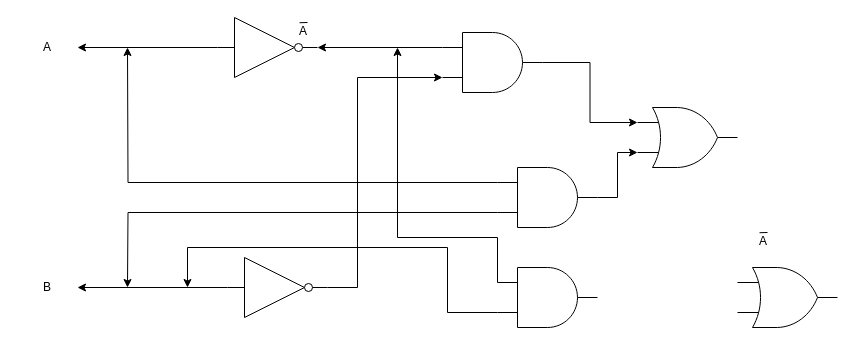
311i0tt07/Final-Project keeps this draw.io diagram as M02b.drawio. Above is the earlier version. Source tidied: cells renumbered, new cells numbered last; positions are measured from the earlier drawing's top-left corner, leaving out a move shared by most shapes. Both pictures are drawn from the tidied source at 100%, with x=0, y=0 at pixel (17, 17). Pictures stored in the file or linked from it are replaced by grey dashed boxes.
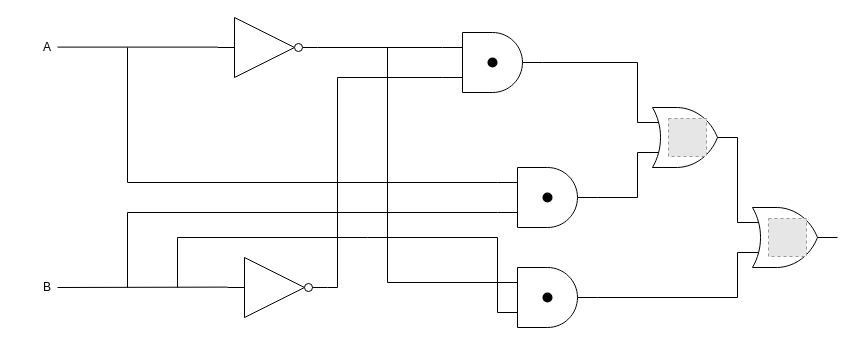
After the change.

Unchanged cells that the change refers to:
```xml
<mxCell id="5" style="verticalLabelPosition=bottom;shadow=0;dashed=0;align=center;html=1;verticalAlign=top;shape=mxgraph.electrical.logic_gates.logic_gate;operation=and;" parent="1" vertex="1">
  <mxGeometry x="480" y="250" width="100" height="60" as="geometry" />
</mxCell>
<mxCell id="7" style="verticalLabelPosition=bottom;shadow=0;dashed=0;align=center;html=1;verticalAlign=top;shape=mxgraph.electrical.logic_gates.logic_gate;operation=and;" parent="1" vertex="1">
  <mxGeometry x="425" y="15" width="100" height="60" as="geometry" />
</mxCell>
<mxCell id="9" style="verticalLabelPosition=bottom;shadow=0;dashed=0;align=center;html=1;verticalAlign=top;shape=mxgraph.electrical.logic_gates.inverter_2;" parent="1" vertex="1">
  <mxGeometry x="200" width="100" height="60" as="geometry" />
</mxCell>
<mxCell id="12" style="verticalLabelPosition=bottom;shadow=0;dashed=0;align=center;html=1;verticalAlign=top;shape=mxgraph.electrical.logic_gates.inverter_2;" parent="1" vertex="1">
  <mxGeometry x="210" y="240" width="100" height="60" as="geometry" />
</mxCell>
<mxCell id="15" style="verticalLabelPosition=bottom;shadow=0;dashed=0;align=center;html=1;verticalAlign=top;shape=mxgraph.electrical.logic_gates.logic_gate;operation=and;" parent="1" vertex="1">
  <mxGeometry x="480" y="150" width="100" height="60" as="geometry" />
</mxCell>
<mxCell id="23" style="verticalLabelPosition=bottom;shadow=0;dashed=0;align=center;html=1;verticalAlign=top;shape=mxgraph.electrical.logic_gates.logic_gate;operation=or;" parent="1" vertex="1">
  <mxGeometry x="620" y="90" width="100" height="60" as="geometry" />
</mxCell>
```

What changed in the source:
```diff
@@
     <mxCell id="2" style="verticalLabelPosition=bottom;shadow=0;dashed=0;align=center;html=1;verticalAlign=top;shape=mxgraph.electrical.logic_gates.logic_gate;operation=or;" parent="1" vertex="1">
-      <mxGeometry x="720" y="250" width="100" height="60" as="geometry" />
+      <mxGeometry x="720" y="190" width="100" height="60" as="geometry" />
     </mxCell>
-    <mxCell id="3" style="edgeStyle=orthogonalEdgeStyle;rounded=0;jettySize=auto;html=1;exitX=0;exitY=0.75;exitDx=0;exitDy=0;exitPerimeter=0;" parent="1" edge="1" source="5">
-      <mxGeometry relative="1" as="geometry">
-        <mxPoint x="170" y="270" as="targetPoint" />
-        <Array as="points">
-          <mxPoint x="430" y="295" />
-          <mxPoint x="430" y="230" />
-          <mxPoint x="170" y="230" />
-        </Array>
-      </mxGeometry>
-    </mxCell>
-    <mxCell id="4" style="edgeStyle=orthogonalEdgeStyle;rounded=0;jettySize=auto;html=1;exitX=0;exitY=0.25;exitDx=0;exitDy=0;exitPerimeter=0;" parent="1" edge="1" source="5">
-      <mxGeometry relative="1" as="geometry">
-        <mxPoint x="380" y="30" as="targetPoint" />
-        <Array as="points">
-          <mxPoint x="480" y="220" />
-          <mxPoint x="380" y="220" />
-          <mxPoint x="380" y="30" />
-        </Array>
-      </mxGeometry>
-    </mxCell>
@@
-    <mxCell id="6" style="edgeStyle=orthogonalEdgeStyle;rounded=0;jettySize=auto;html=1;exitX=0;exitY=0.25;exitDx=0;exitDy=0;exitPerimeter=0;" parent="1" edge="1" source="7" target="9">
-      <mxGeometry relative="1" as="geometry" />
-    </mxCell>
@@
-    <mxCell id="8" style="edgeStyle=orthogonalEdgeStyle;rounded=0;jettySize=auto;html=1;exitX=0;exitY=0.5;exitDx=0;exitDy=0;exitPerimeter=0;" parent="1" edge="1" source="9">
-      <mxGeometry relative="1" as="geometry">
-        <mxPoint x="60" y="30" as="targetPoint" />
-      </mxGeometry>
-    </mxCell>
@@
-    <mxCell id="10" style="edgeStyle=orthogonalEdgeStyle;rounded=0;jettySize=auto;html=1;exitX=0;exitY=0.5;exitDx=0;exitDy=0;exitPerimeter=0;" parent="1" edge="1" source="12">
-      <mxGeometry relative="1" as="geometry">
-        <mxPoint x="60" y="270" as="targetPoint" />
-      </mxGeometry>
-    </mxCell>
-    <mxCell id="11" style="edgeStyle=orthogonalEdgeStyle;rounded=0;jettySize=auto;html=1;exitX=1;exitY=0.5;exitDx=0;exitDy=0;exitPerimeter=0;entryX=0;entryY=0.75;entryDx=0;entryDy=0;entryPerimeter=0;" parent="1" edge="1" source="12" target="7">
-      <mxGeometry relative="1" as="geometry">
-        <Array as="points">
-          <mxPoint x="340" y="270" />
-          <mxPoint x="340" y="60" />
-        </Array>
-      </mxGeometry>
-    </mxCell>
@@
-    <mxCell id="13" style="edgeStyle=orthogonalEdgeStyle;rounded=0;jettySize=auto;html=1;exitX=0;exitY=0.75;exitDx=0;exitDy=0;exitPerimeter=0;" parent="1" edge="1" source="15">
-      <mxGeometry relative="1" as="geometry">
-        <mxPoint x="110" y="270" as="targetPoint" />
-      </mxGeometry>
-    </mxCell>
-    <mxCell id="14" style="rounded=0;jettySize=auto;html=1;exitX=0;exitY=0.25;exitDx=0;exitDy=0;exitPerimeter=0;edgeStyle=orthogonalEdgeStyle;" parent="1" edge="1" source="15">
-      <mxGeometry relative="1" as="geometry">
-        <mxPoint x="110" y="30" as="targetPoint" />
-      </mxGeometry>
-    </mxCell>
@@
-    <mxCell id="18" value="A" style="text;whiteSpace=wrap;html=1;" parent="1" vertex="1">
-      <mxGeometry x="280" width="40" height="20" as="geometry" />
-    </mxCell>
-    <mxCell id="19" style="endArrow=none;html=1;rounded=0;exitX=0.051;exitY=0.261;exitDx=0;exitDy=0;exitPerimeter=0;" parent="1" edge="1" source="18">
-      <mxGeometry relative="1" as="geometry">
-        <mxPoint x="290" y="5" as="targetPoint" />
-      </mxGeometry>
-    </mxCell>
-    <mxCell id="20" value="A" style="text;whiteSpace=wrap;html=1;" parent="1" vertex="1">
-      <mxGeometry x="740" y="210" width="40" height="20" as="geometry" />
-    </mxCell>
-    <mxCell id="21" style="endArrow=none;html=1;rounded=0;exitX=0.051;exitY=0.261;exitDx=0;exitDy=0;exitPerimeter=0;" parent="1" edge="1" source="20">
-      <mxGeometry relative="1" as="geometry">
-        <mxPoint x="750" y="215" as="targetPoint" />
-      </mxGeometry>
-    </mxCell>
@@
+    <mxCell id="26" style="endArrow=none;html=1;rounded=0;exitX=0;exitY=0.25;exitDx=0;exitDy=0;exitPerimeter=0;" parent="1" edge="1" source="15">
+      <mxGeometry relative="1" as="geometry">
+        <mxPoint x="110" y="30" as="targetPoint" />
+        <Array as="points">
+          <mxPoint x="110" y="165" />
+        </Array>
+      </mxGeometry>
+    </mxCell>
+    <mxCell id="27" style="endArrow=none;html=1;rounded=0;entryX=0;entryY=0.75;entryDx=0;entryDy=0;entryPerimeter=0;" parent="1" edge="1" target="15">
+      <mxGeometry relative="1" as="geometry">
+        <mxPoint x="110" y="270" as="sourcePoint" />
+        <Array as="points">
+          <mxPoint x="110" y="195" />
+        </Array>
+      </mxGeometry>
+    </mxCell>
+    <mxCell id="28" style="endArrow=none;html=1;rounded=0;" parent="1" edge="1">
+      <mxGeometry relative="1" as="geometry">
+        <mxPoint x="40" y="29.6" as="sourcePoint" />
+        <mxPoint x="200" y="29.6" as="targetPoint" />
+      </mxGeometry>
+    </mxCell>
+    <mxCell id="29" style="endArrow=none;html=1;rounded=0;" parent="1" edge="1">
+      <mxGeometry relative="1" as="geometry">
+        <mxPoint x="40" y="270" as="sourcePoint" />
+        <mxPoint x="210" y="269.6" as="targetPoint" />
+      </mxGeometry>
+    </mxCell>
+    <mxCell id="30" style="endArrow=none;html=1;rounded=0;entryX=0;entryY=0.75;entryDx=0;entryDy=0;entryPerimeter=0;" parent="1" edge="1" target="2">
+      <mxGeometry relative="1" as="geometry">
+        <mxPoint x="580" y="280" as="sourcePoint" />
+        <Array as="points">
+          <mxPoint x="720" y="280" />
+        </Array>
+      </mxGeometry>
+    </mxCell>
+    <mxCell id="31" style="endArrow=none;html=1;rounded=0;entryX=0;entryY=0.25;entryDx=0;entryDy=0;entryPerimeter=0;exitX=1;exitY=0.5;exitDx=0;exitDy=0;exitPerimeter=0;" parent="1" edge="1" source="23" target="2">
+      <mxGeometry relative="1" as="geometry" />
+    </mxCell>
+    <mxCell id="32" style="endArrow=none;html=1;rounded=0;entryX=0;entryY=0.25;entryDx=0;entryDy=0;entryPerimeter=0;" parent="1" edge="1" target="23">
+      <mxGeometry relative="1" as="geometry">
+        <mxPoint x="525" y="45" as="sourcePoint" />
+        <Array as="points">
+          <mxPoint x="620" y="45" />
+        </Array>
+      </mxGeometry>
+    </mxCell>
-    <mxCell id="24" style="edgeStyle=orthogonalEdgeStyle;rounded=0;jettySize=auto;html=1;exitX=1;exitY=0.5;exitDx=0;exitDy=0;exitPerimeter=0;entryX=0;entryY=0.75;entryDx=0;entryDy=0;entryPerimeter=0;" parent="1" edge="1" source="15" target="23">
-      <mxGeometry relative="1" as="geometry" />
+    <mxCell id="24" style="endArrow=none;html=1;rounded=0;entryX=0;entryY=0.75;entryDx=0;entryDy=0;entryPerimeter=0;exitX=1;exitY=0.5;exitDx=0;exitDy=0;exitPerimeter=0;" parent="1" edge="1" source="15" target="23">
+      <mxGeometry relative="1" as="geometry">
+        <Array as="points">
+          <mxPoint x="620" y="180" />
+        </Array>
+      </mxGeometry>
     </mxCell>
-    <mxCell id="25" style="edgeStyle=orthogonalEdgeStyle;rounded=0;jettySize=auto;html=1;exitX=1;exitY=0.5;exitDx=0;exitDy=0;exitPerimeter=0;entryX=0;entryY=0.25;entryDx=0;entryDy=0;entryPerimeter=0;" parent="1" edge="1" source="7" target="23">
-      <mxGeometry relative="1" as="geometry" />
-    </mxCell>
+    <mxCell id="33" style="endArrow=none;html=1;rounded=0;entryX=0;entryY=0.25;entryDx=0;entryDy=0;entryPerimeter=0;exitX=1;exitY=0.5;exitDx=0;exitDy=0;exitPerimeter=0;" parent="1" edge="1" source="9" target="7">
+      <mxGeometry relative="1" as="geometry" />
+    </mxCell>
+    <mxCell id="34" style="endArrow=none;html=1;rounded=0;entryX=0;entryY=0.25;entryDx=0;entryDy=0;entryPerimeter=0;" parent="1" edge="1" target="5">
+      <mxGeometry relative="1" as="geometry">
+        <mxPoint x="370" y="30" as="sourcePoint" />
+        <Array as="points">
+          <mxPoint x="370" y="265" />
+        </Array>
+      </mxGeometry>
+    </mxCell>
+    <mxCell id="35" style="endArrow=none;html=1;rounded=0;entryX=0;entryY=0.75;entryDx=0;entryDy=0;entryPerimeter=0;" parent="1" edge="1" target="5">
+      <mxGeometry relative="1" as="geometry">
+        <mxPoint x="160" y="270" as="sourcePoint" />
+        <Array as="points">
+          <mxPoint x="160" y="220" />
+          <mxPoint x="350" y="220" />
+          <mxPoint x="480" y="220" />
+        </Array>
+      </mxGeometry>
+    </mxCell>
+    <mxCell id="11" style="endArrow=none;html=1;rounded=0;exitX=1;exitY=0.5;exitDx=0;exitDy=0;exitPerimeter=0;entryX=0;entryY=0.75;entryDx=0;entryDy=0;entryPerimeter=0;" parent="1" edge="1" source="12" target="7">
+      <mxGeometry relative="1" as="geometry">
+        <Array as="points">
+          <mxPoint x="320" y="270" />
+          <mxPoint x="320" y="60" />
+        </Array>
+      </mxGeometry>
+    </mxCell>
+    <mxCell id="36" style="fillColor=#E6E6E6;strokeColor=#999999;dashed=1;html=1;verticalAlign=top;verticalLabelPosition=bottom;labelBackgroundColor=#ffffff;" parent="1" vertex="1">
+      <mxGeometry x="751" y="201" width="38" height="38" as="geometry" />
+    </mxCell>
+    <mxCell id="37" style="fillColor=#E6E6E6;strokeColor=#999999;dashed=1;html=1;verticalAlign=top;verticalLabelPosition=bottom;labelBackgroundColor=#ffffff;" parent="1" vertex="1">
+      <mxGeometry x="651" y="101" width="38" height="38" as="geometry" />
+    </mxCell>
+    <mxCell id="38" style="shape=ellipse;fillColor=#000000;strokeColor=none;html=1;sketch=0;" parent="1" vertex="1">
+      <mxGeometry x="525" y="275" width="10" height="10" as="geometry" />
+    </mxCell>
+    <mxCell id="39" style="shape=ellipse;fillColor=#000000;strokeColor=none;html=1;sketch=0;" parent="1" vertex="1">
+      <mxGeometry x="525" y="175" width="10" height="10" as="geometry" />
+    </mxCell>
+    <mxCell id="40" style="shape=ellipse;fillColor=#000000;strokeColor=none;html=1;sketch=0;" parent="1" vertex="1">
+      <mxGeometry x="470" y="40" width="10" height="10" as="geometry" />
+    </mxCell>
```
